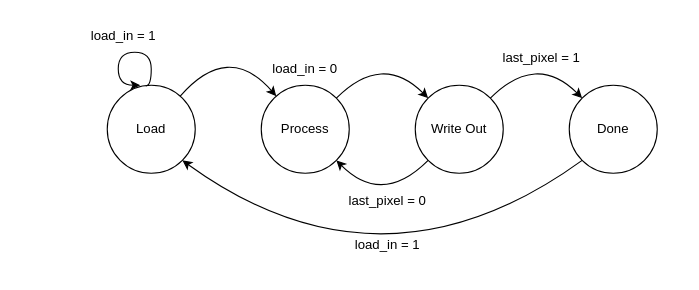
Earlier version of the draw.io diagram rgb-to-greyscale/state_transition.drawio (DavidAGN05/processor). Source tidied: cells renumbered, new cells numbered last; positions are measured from the earlier drawing's top-left corner, leaving out a move shared by most shapes. Both pictures are drawn from the tidied source at 110%, with x=0, y=0 at pixel (85, 19).
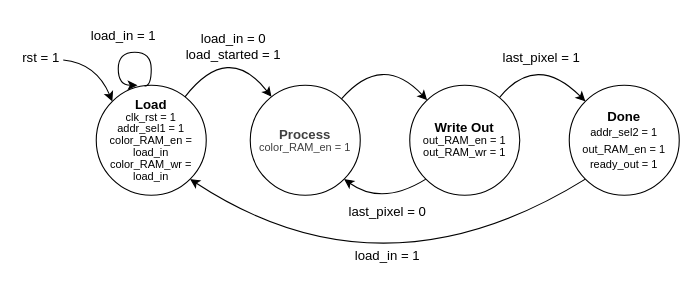
Above is the later version.

Commit message (it also covers changes not shown here):
updated block digagram

The edit, as a diff of the source:
```diff
@@
-    <mxCell id="3" value="Load" style="ellipse;whiteSpace=wrap;html=1;" parent="1" vertex="1">
-      <mxGeometry x="20" y="60" width="80" height="80" as="geometry" />
+    <mxCell id="3" value="&lt;div style=&quot;line-height: 90%;&quot;&gt;&lt;b&gt;Load&lt;/b&gt;&lt;div&gt;&lt;font size=&quot;1&quot; style=&quot;line-height: 90%;&quot;&gt;clk_rst = 1&lt;/font&gt;&lt;/div&gt;&lt;div&gt;&lt;font size=&quot;1&quot; style=&quot;line-height: 90%;&quot;&gt;addr_sel1 = 1&lt;/font&gt;&lt;/div&gt;&lt;div&gt;&lt;font size=&quot;1&quot; style=&quot;line-height: 90%;&quot;&gt;color_RAM_en = load_in&lt;/font&gt;&lt;/div&gt;&lt;div&gt;&lt;font size=&quot;1&quot; style=&quot;line-height: 90%;&quot;&gt;color_RAM_wr = load_in&lt;/font&gt;&lt;/div&gt;&lt;/div&gt;" style="ellipse;whiteSpace=wrap;html=1;" parent="1" vertex="1">
+      <mxGeometry x="10" y="60" width="100" height="100" as="geometry" />
     </mxCell>
@@
-    <mxCell id="5" value="Process" style="ellipse;whiteSpace=wrap;html=1;" parent="1" vertex="1">
-      <mxGeometry x="160" y="60" width="80" height="80" as="geometry" />
+    <mxCell id="5" value="&lt;div style=&quot;line-height: 90%;&quot;&gt;&lt;b style=&quot;color: rgb(63, 63, 63); scrollbar-color: rgba(168, 169, 170, 0.52) rgb(18, 19, 20);&quot;&gt;Process&lt;/b&gt;&lt;div style=&quot;color: rgb(63, 63, 63); scrollbar-color: rgba(168, 169, 170, 0.52) rgb(18, 19, 20);&quot;&gt;&lt;font size=&quot;1&quot; style=&quot;color: rgb(63, 63, 63); scrollbar-color: rgba(168, 169, 170, 0.52) rgb(18, 19, 20); line-height: 90%;&quot;&gt;color_RAM_en = 1&lt;/font&gt;&lt;/div&gt;&lt;/div&gt;" style="ellipse;whiteSpace=wrap;html=1;" parent="1" vertex="1">
+      <mxGeometry x="150" y="60" width="100" height="100" as="geometry" />
     </mxCell>
@@
-    <mxCell id="8" value="Write Out" style="ellipse;whiteSpace=wrap;html=1;" parent="1" vertex="1">
-      <mxGeometry x="300" y="60" width="80" height="80" as="geometry" />
+    <mxCell id="8" value="&lt;div style=&quot;line-height: 90%;&quot;&gt;&lt;b&gt;Write Out&lt;/b&gt;&lt;div&gt;&lt;font size=&quot;1&quot; style=&quot;line-height: 90%;&quot;&gt;out_RAM_en = 1&lt;/font&gt;&lt;/div&gt;&lt;div&gt;&lt;font size=&quot;1&quot; style=&quot;line-height: 90%;&quot;&gt;out_RAM_wr = 1&lt;/font&gt;&lt;/div&gt;&lt;/div&gt;" style="ellipse;whiteSpace=wrap;html=1;" parent="1" vertex="1">
+      <mxGeometry x="295" y="60" width="100" height="100" as="geometry" />
     </mxCell>
@@
-    <mxCell id="11" value="load_in = 0" style="text;html=1;whiteSpace=wrap;strokeColor=none;fillColor=none;align=center;verticalAlign=middle;rounded=0;" parent="1" vertex="1">
-      <mxGeometry x="165" y="30" width="70" height="30" as="geometry" />
+    <mxCell id="11" value="load_in = 0&lt;div&gt;load_started = 1&lt;/div&gt;" style="text;html=1;whiteSpace=wrap;strokeColor=none;fillColor=none;align=center;verticalAlign=middle;rounded=0;" parent="1" vertex="1">
+      <mxGeometry x="90" y="10" width="90" height="30" as="geometry" />
     </mxCell>
@@
-    <mxCell id="13" value="Done" style="ellipse;whiteSpace=wrap;html=1;" parent="1" vertex="1">
-      <mxGeometry x="440" y="60" width="80" height="80" as="geometry" />
+    <mxCell id="13" value="&lt;b&gt;Done&lt;/b&gt;&lt;div&gt;&lt;font size=&quot;1&quot;&gt;addr_sel2 = 1&lt;/font&gt;&lt;/div&gt;&lt;div&gt;&lt;font size=&quot;1&quot;&gt;out_RAM_en = 1&lt;/font&gt;&lt;/div&gt;&lt;div&gt;&lt;font size=&quot;1&quot;&gt;ready_out = 1&lt;/font&gt;&lt;/div&gt;" style="ellipse;whiteSpace=wrap;html=1;" parent="1" vertex="1">
+      <mxGeometry x="440" y="60" width="100" height="100" as="geometry" />
     </mxCell>
@@
     <mxCell id="15" value="last_pixel = 0" style="text;html=1;whiteSpace=wrap;strokeColor=none;fillColor=none;align=center;verticalAlign=middle;rounded=0;" parent="1" vertex="1">
-      <mxGeometry x="235" y="150" width="80" height="30" as="geometry" />
+      <mxGeometry x="235" y="160" width="80" height="30" as="geometry" />
     </mxCell>
     <mxCell id="16" value="load_in = 1" style="text;html=1;whiteSpace=wrap;strokeColor=none;fillColor=none;align=center;verticalAlign=middle;rounded=0;" parent="1" vertex="1">
-      <mxGeometry x="240" y="190" width="70" height="30" as="geometry" />
+      <mxGeometry x="240" y="200" width="70" height="30" as="geometry" />
     </mxCell>
+    <mxCell id="17" style="edgeStyle=none;html=1;entryX=0;entryY=0;entryDx=0;entryDy=0;rounded=0;curved=1;curveGeometry=1;" parent="1" edge="1" source="18" target="3">
+      <mxGeometry relative="1" as="geometry">
+        <Array as="points">
+          <mxPoint x="10" y="40" />
+        </Array>
+      </mxGeometry>
+    </mxCell>
+    <mxCell id="18" value="rst = 1" style="text;html=1;whiteSpace=wrap;strokeColor=none;fillColor=none;align=center;verticalAlign=middle;rounded=0;" parent="1" vertex="1">
+      <mxGeometry x="-60" y="20" width="40" height="30" as="geometry" />
+    </mxCell>
```
